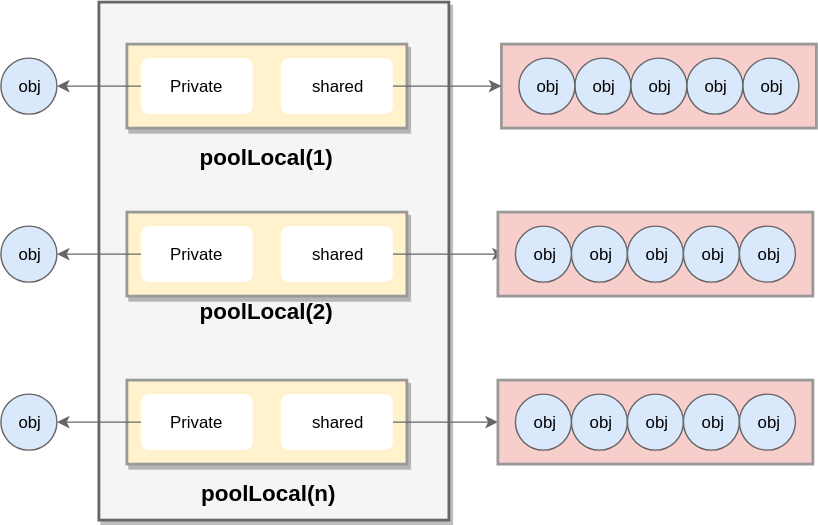
Above: golang/assets/poollocal.drawio.svg in pycer/note (draw.io), before the change. Source tidied: cells renumbered, new cells last; positions are measured from the earlier drawing's top-left corner, leaving out a move shared by most shapes.
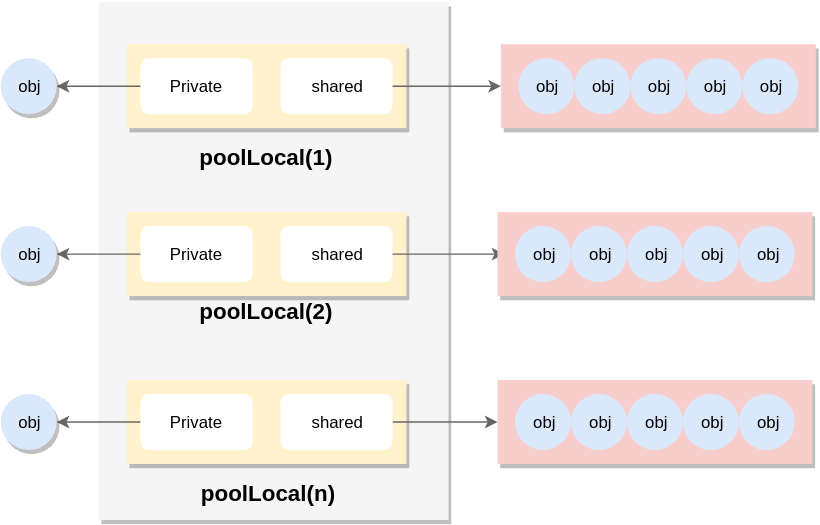
After the commit.

The edit, as a diff of the source:
```diff
@@ -2,10 +2,10 @@
   <root>
     <mxCell id="0" />
     <mxCell id="1" parent="0" />
-    <mxCell id="2" style="rounded=0;whiteSpace=wrap;html=1;shadow=1;strokeColor=#666666;strokeWidth=2;fillColor=#f5f5f5;fontColor=#333333;" parent="1" vertex="1">
+    <mxCell id="2" style="rounded=0;whiteSpace=wrap;html=1;shadow=1;strokeColor=none;strokeWidth=2;fillColor=#f5f5f5;fontColor=#333333;" parent="1" vertex="1">
       <mxGeometry x="70" width="250" height="370" as="geometry" />
     </mxCell>
-    <mxCell id="3" style="rounded=0;whiteSpace=wrap;html=1;fillColor=#fff2cc;strokeColor=#999999;shadow=1;strokeWidth=2;" parent="1" vertex="1">
+    <mxCell id="3" style="rounded=0;whiteSpace=wrap;html=1;fillColor=#fff2cc;strokeColor=none;shadow=1;strokeWidth=2;" parent="1" vertex="1">
       <mxGeometry x="90" y="270" width="200" height="60" as="geometry" />
     </mxCell>
     <mxCell id="4" style="edgeStyle=orthogonalEdgeStyle;curved=1;rounded=0;jettySize=auto;html=1;strokeColor=#666666;" parent="1" edge="1" source="5" target="20">
@@ -20,7 +20,7 @@
     <mxCell id="7" value="shared" style="rounded=1;whiteSpace=wrap;html=1;strokeColor=none;" parent="1" vertex="1">
       <mxGeometry x="200" y="280" width="80" height="40" as="geometry" />
     </mxCell>
-    <mxCell id="8" style="rounded=0;whiteSpace=wrap;html=1;fillColor=#fff2cc;strokeColor=#999999;shadow=1;strokeWidth=2;" parent="1" vertex="1">
+    <mxCell id="8" style="rounded=0;whiteSpace=wrap;html=1;fillColor=#fff2cc;strokeColor=none;shadow=1;strokeWidth=2;" parent="1" vertex="1">
       <mxGeometry x="90" y="30" width="200" height="60" as="geometry" />
     </mxCell>
     <mxCell id="9" style="edgeStyle=orthogonalEdgeStyle;curved=1;rounded=0;jettySize=auto;html=1;strokeColor=#666666;" parent="1" edge="1" source="10" target="19">
@@ -32,7 +32,7 @@
     <mxCell id="11" value="shared" style="rounded=1;whiteSpace=wrap;html=1;strokeColor=none;" parent="1" vertex="1">
       <mxGeometry x="200" y="40" width="80" height="40" as="geometry" />
     </mxCell>
-    <mxCell id="12" style="rounded=0;whiteSpace=wrap;html=1;fillColor=#fff2cc;strokeColor=#999999;shadow=1;strokeWidth=2;" parent="1" vertex="1">
+    <mxCell id="12" style="rounded=0;whiteSpace=wrap;html=1;fillColor=#fff2cc;strokeColor=none;shadow=1;strokeWidth=2;" parent="1" vertex="1">
       <mxGeometry x="90" y="150" width="200" height="60" as="geometry" />
     </mxCell>
     <mxCell id="13" style="edgeStyle=orthogonalEdgeStyle;curved=1;rounded=0;jettySize=auto;html=1;strokeColor=#666666;" parent="1" edge="1" source="14">
@@ -46,7 +46,7 @@
     <mxCell id="15" value="shared" style="rounded=1;whiteSpace=wrap;html=1;strokeColor=none;" parent="1" vertex="1">
       <mxGeometry x="200" y="160" width="80" height="40" as="geometry" />
     </mxCell>
-    <mxCell id="16" style="rounded=0;whiteSpace=wrap;html=1;fillColor=#f8cecc;strokeColor=#999999;strokeWidth=2;" parent="1" vertex="1">
+    <mxCell id="16" style="rounded=0;whiteSpace=wrap;html=1;fillColor=#f8cecc;strokeColor=none;strokeWidth=2;shadow=1;" parent="1" vertex="1">
       <mxGeometry x="357.5" y="30" width="225" height="60" as="geometry" />
     </mxCell>
     <mxCell id="17" style="endArrow=classic;html=1;entryX=0.022;entryY=0.5;entryDx=0;entryDy=0;exitX=1;exitY=0.5;exitDx=0;exitDy=0;strokeColor=#666666;entryPerimeter=0;" parent="1" edge="1" source="15" target="36">
@@ -55,10 +55,10 @@
     <mxCell id="18" style="endArrow=classic;html=1;entryX=0;entryY=0.5;entryDx=0;entryDy=0;exitX=1;exitY=0.5;exitDx=0;exitDy=0;strokeColor=#666666;" parent="1" edge="1" source="11" target="16">
       <mxGeometry relative="1" as="geometry" />
     </mxCell>
-    <mxCell id="19" value="obj" style="ellipse;whiteSpace=wrap;html=1;rounded=1;fillColor=#dae8fc;strokeColor=#666666;" parent="1" vertex="1">
+    <mxCell id="19" value="obj" style="ellipse;whiteSpace=wrap;html=1;rounded=1;fillColor=#dae8fc;strokeColor=none;shadow=1;" parent="1" vertex="1">
       <mxGeometry y="40" width="40" height="40" as="geometry" />
     </mxCell>
-    <mxCell id="20" value="obj" style="ellipse;whiteSpace=wrap;html=1;rounded=1;fillColor=#dae8fc;strokeColor=#666666;" parent="1" vertex="1">
+    <mxCell id="20" value="obj" style="ellipse;whiteSpace=wrap;html=1;rounded=1;fillColor=#dae8fc;strokeColor=none;shadow=1;" parent="1" vertex="1">
       <mxGeometry y="280" width="40" height="40" as="geometry" />
     </mxCell>
     <mxCell id="21" value="&lt;b&gt;&lt;font style=&quot;font-size: 16px&quot;&gt;poolLocal(n)&lt;/font&gt;&lt;/b&gt;" style="text;html=1;strokeColor=none;fillColor=none;align=center;verticalAlign=middle;whiteSpace=wrap;rounded=0;" parent="1" vertex="1">
@@ -70,58 +70,58 @@
     <mxCell id="23" value="&lt;b&gt;&lt;font style=&quot;font-size: 16px&quot;&gt;poolLocal(1)&lt;/font&gt;&lt;/b&gt;" style="text;html=1;strokeColor=none;fillColor=none;align=center;verticalAlign=middle;whiteSpace=wrap;rounded=0;" parent="1" vertex="1">
       <mxGeometry x="170" y="100" width="40" height="20" as="geometry" />
     </mxCell>
-    <mxCell id="24" value="obj" style="ellipse;whiteSpace=wrap;html=1;rounded=1;fillColor=#dae8fc;strokeColor=#666666;" parent="1" vertex="1">
+    <mxCell id="24" value="obj" style="ellipse;whiteSpace=wrap;html=1;rounded=1;fillColor=#dae8fc;strokeColor=none;shadow=1;" parent="1" vertex="1">
       <mxGeometry y="160" width="40" height="40" as="geometry" />
     </mxCell>
-    <mxCell id="25" value="obj" style="ellipse;whiteSpace=wrap;html=1;rounded=1;fillColor=#dae8fc;strokeColor=#666666;" parent="1" vertex="1">
+    <mxCell id="25" value="obj" style="ellipse;whiteSpace=wrap;html=1;rounded=1;fillColor=#dae8fc;strokeColor=none;" parent="1" vertex="1">
       <mxGeometry x="410" y="40" width="40" height="40" as="geometry" />
     </mxCell>
-    <mxCell id="26" value="obj" style="ellipse;whiteSpace=wrap;html=1;rounded=1;fillColor=#dae8fc;strokeColor=#666666;" parent="1" vertex="1">
+    <mxCell id="26" value="obj" style="ellipse;whiteSpace=wrap;html=1;rounded=1;fillColor=#dae8fc;strokeColor=none;" parent="1" vertex="1">
       <mxGeometry x="370" y="40" width="40" height="40" as="geometry" />
     </mxCell>
-    <mxCell id="27" value="obj" style="ellipse;whiteSpace=wrap;html=1;rounded=1;fillColor=#dae8fc;strokeColor=#666666;" parent="1" vertex="1">
+    <mxCell id="27" value="obj" style="ellipse;whiteSpace=wrap;html=1;rounded=1;fillColor=#dae8fc;strokeColor=none;" parent="1" vertex="1">
       <mxGeometry x="450" y="40" width="40" height="40" as="geometry" />
     </mxCell>
-    <mxCell id="28" value="obj" style="ellipse;whiteSpace=wrap;html=1;rounded=1;fillColor=#dae8fc;strokeColor=#666666;" parent="1" vertex="1">
+    <mxCell id="28" value="obj" style="ellipse;whiteSpace=wrap;html=1;rounded=1;fillColor=#dae8fc;strokeColor=none;" parent="1" vertex="1">
       <mxGeometry x="490" y="40" width="40" height="40" as="geometry" />
     </mxCell>
-    <mxCell id="29" value="obj" style="ellipse;whiteSpace=wrap;html=1;rounded=1;fillColor=#dae8fc;strokeColor=#666666;" parent="1" vertex="1">
+    <mxCell id="29" value="obj" style="ellipse;whiteSpace=wrap;html=1;rounded=1;fillColor=#dae8fc;strokeColor=none;" parent="1" vertex="1">
       <mxGeometry x="530" y="40" width="40" height="40" as="geometry" />
     </mxCell>
-    <mxCell id="30" style="rounded=0;whiteSpace=wrap;html=1;fillColor=#f8cecc;strokeColor=#999999;strokeWidth=2;" parent="1" vertex="1">
+    <mxCell id="30" style="rounded=0;whiteSpace=wrap;html=1;fillColor=#f8cecc;strokeColor=none;strokeWidth=2;shadow=1;" parent="1" vertex="1">
       <mxGeometry x="355" y="270" width="225" height="60" as="geometry" />
     </mxCell>
-    <mxCell id="31" value="obj" style="ellipse;whiteSpace=wrap;html=1;rounded=1;fillColor=#dae8fc;strokeColor=#666666;" parent="1" vertex="1">
+    <mxCell id="31" value="obj" style="ellipse;whiteSpace=wrap;html=1;rounded=1;fillColor=#dae8fc;strokeColor=none;" parent="1" vertex="1">
       <mxGeometry x="407.5" y="280" width="40" height="40" as="geometry" />
     </mxCell>
-    <mxCell id="32" value="obj" style="ellipse;whiteSpace=wrap;html=1;rounded=1;fillColor=#dae8fc;strokeColor=#666666;" parent="1" vertex="1">
+    <mxCell id="32" value="obj" style="ellipse;whiteSpace=wrap;html=1;rounded=1;fillColor=#dae8fc;strokeColor=none;" parent="1" vertex="1">
       <mxGeometry x="367.5" y="280" width="40" height="40" as="geometry" />
     </mxCell>
-    <mxCell id="33" value="obj" style="ellipse;whiteSpace=wrap;html=1;rounded=1;fillColor=#dae8fc;strokeColor=#666666;" parent="1" vertex="1">
+    <mxCell id="33" value="obj" style="ellipse;whiteSpace=wrap;html=1;rounded=1;fillColor=#dae8fc;strokeColor=none;" parent="1" vertex="1">
       <mxGeometry x="447.5" y="280" width="40" height="40" as="geometry" />
     </mxCell>
-    <mxCell id="34" value="obj" style="ellipse;whiteSpace=wrap;html=1;rounded=1;fillColor=#dae8fc;strokeColor=#666666;" parent="1" vertex="1">
+    <mxCell id="34" value="obj" style="ellipse;whiteSpace=wrap;html=1;rounded=1;fillColor=#dae8fc;strokeColor=none;" parent="1" vertex="1">
       <mxGeometry x="487.5" y="280" width="40" height="40" as="geometry" />
     </mxCell>
-    <mxCell id="35" value="obj" style="ellipse;whiteSpace=wrap;html=1;rounded=1;fillColor=#dae8fc;strokeColor=#666666;" parent="1" vertex="1">
+    <mxCell id="35" value="obj" style="ellipse;whiteSpace=wrap;html=1;rounded=1;fillColor=#dae8fc;strokeColor=none;" parent="1" vertex="1">
       <mxGeometry x="527.5" y="280" width="40" height="40" as="geometry" />
     </mxCell>
-    <mxCell id="36" style="rounded=0;whiteSpace=wrap;html=1;fillColor=#f8cecc;strokeColor=#999999;strokeWidth=2;" parent="1" vertex="1">
+    <mxCell id="36" style="rounded=0;whiteSpace=wrap;html=1;fillColor=#f8cecc;strokeColor=none;strokeWidth=2;shadow=1;" parent="1" vertex="1">
       <mxGeometry x="355" y="150" width="225" height="60" as="geometry" />
     </mxCell>
-    <mxCell id="37" value="obj" style="ellipse;whiteSpace=wrap;html=1;rounded=1;fillColor=#dae8fc;strokeColor=#666666;" parent="1" vertex="1">
+    <mxCell id="37" value="obj" style="ellipse;whiteSpace=wrap;html=1;rounded=1;fillColor=#dae8fc;strokeColor=none;" parent="1" vertex="1">
       <mxGeometry x="407.5" y="160" width="40" height="40" as="geometry" />
     </mxCell>
-    <mxCell id="38" value="obj" style="ellipse;whiteSpace=wrap;html=1;rounded=1;fillColor=#dae8fc;strokeColor=#666666;" parent="1" vertex="1">
+    <mxCell id="38" value="obj" style="ellipse;whiteSpace=wrap;html=1;rounded=1;fillColor=#dae8fc;strokeColor=none;" parent="1" vertex="1">
       <mxGeometry x="367.5" y="160" width="40" height="40" as="geometry" />
     </mxCell>
-    <mxCell id="39" value="obj" style="ellipse;whiteSpace=wrap;html=1;rounded=1;fillColor=#dae8fc;strokeColor=#666666;" parent="1" vertex="1">
+    <mxCell id="39" value="obj" style="ellipse;whiteSpace=wrap;html=1;rounded=1;fillColor=#dae8fc;strokeColor=none;" parent="1" vertex="1">
       <mxGeometry x="447.5" y="160" width="40" height="40" as="geometry" />
     </mxCell>
-    <mxCell id="40" value="obj" style="ellipse;whiteSpace=wrap;html=1;rounded=1;fillColor=#dae8fc;strokeColor=#666666;" parent="1" vertex="1">
+    <mxCell id="40" value="obj" style="ellipse;whiteSpace=wrap;html=1;rounded=1;fillColor=#dae8fc;strokeColor=none;" parent="1" vertex="1">
       <mxGeometry x="487.5" y="160" width="40" height="40" as="geometry" />
     </mxCell>
-    <mxCell id="41" value="obj" style="ellipse;whiteSpace=wrap;html=1;rounded=1;fillColor=#dae8fc;strokeColor=#666666;" parent="1" vertex="1">
+    <mxCell id="41" value="obj" style="ellipse;whiteSpace=wrap;html=1;rounded=1;fillColor=#dae8fc;strokeColor=none;" parent="1" vertex="1">
       <mxGeometry x="527.5" y="160" width="40" height="40" as="geometry" />
     </mxCell>
   </root>
```
